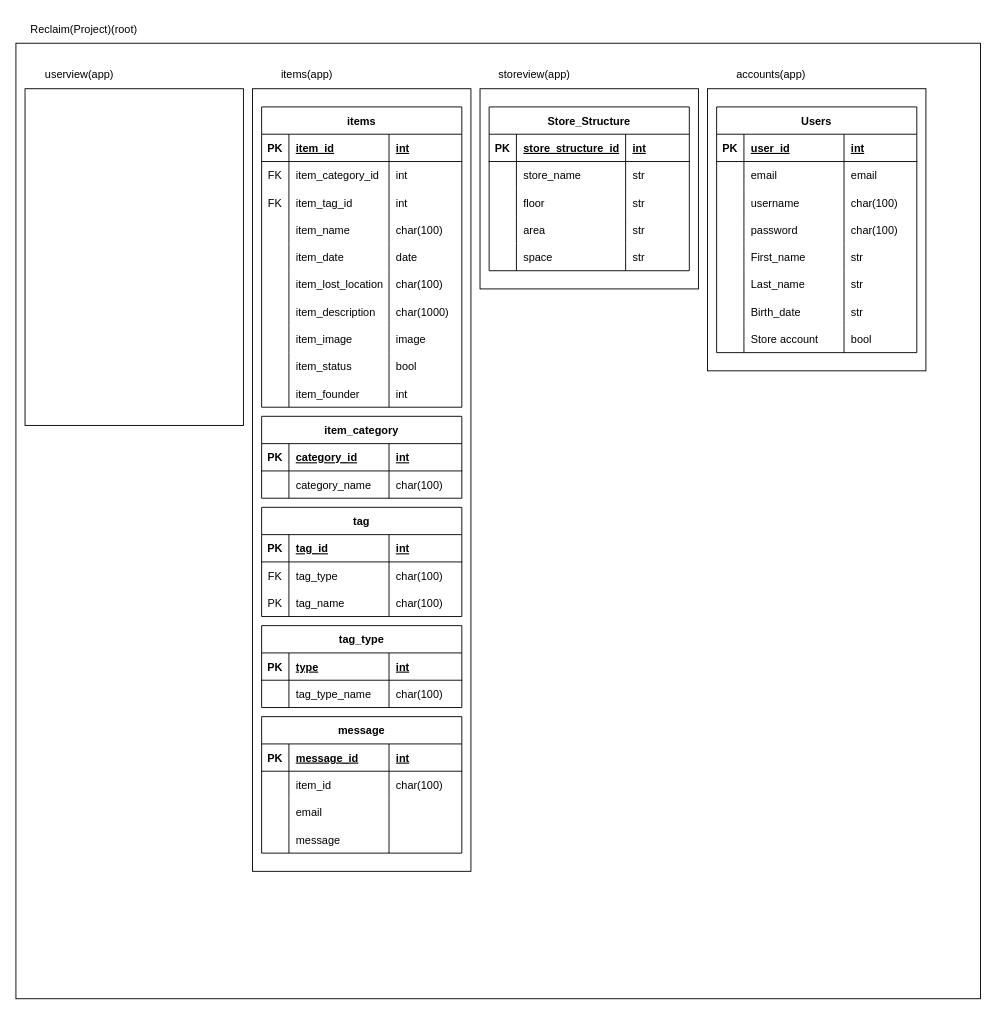
Above: ER.drawio in hirohiroto112607/ReClaim (draw.io), before the change. Source tidied: cells renumbered, new cells numbered last; positions are measured from the earlier drawing's top-left corner, leaving out a move shared by most shapes. Both pictures are drawn from the tidied source at 91%, with x=0, y=0 at pixel (15, 15).
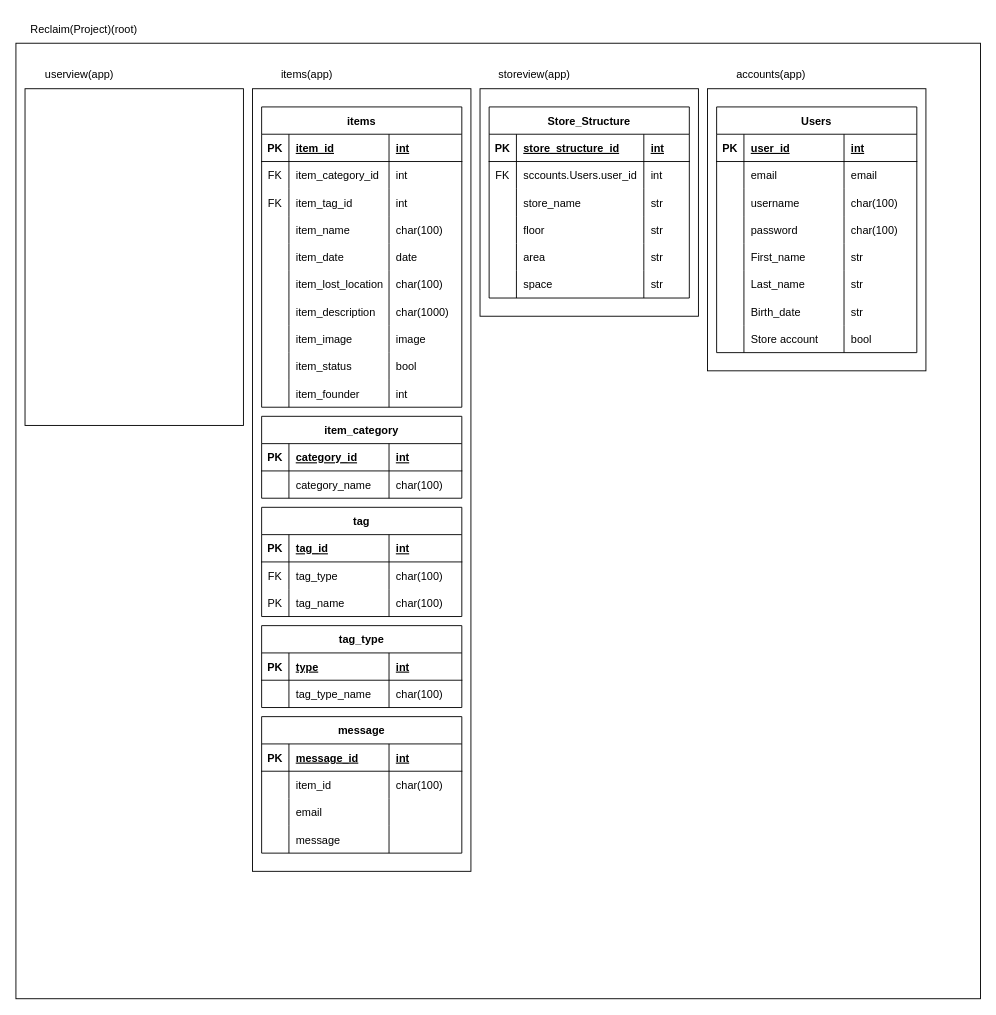
After the change.

The change refers to these unchanged cells:
```xml
<mxCell id="83" style="shape=tableRow;horizontal=0;startSize=0;swimlaneHead=0;swimlaneBody=0;fillColor=none;top=0;left=0;right=0;bottom=1;" parent="82" vertex="1">
  <mxGeometry y="30" width="220" height="30" as="geometry" />
</mxCell>
```

Change to the diagram source:
```diff
@@
     <mxCell id="8" style="rounded=0;whiteSpace=wrap;html=1;" parent="1" vertex="1">
-      <mxGeometry x="510" y="80" width="240" height="220" as="geometry" />
+      <mxGeometry x="510" y="80" width="240" height="250" as="geometry" />
     </mxCell>
@@
     <mxCell id="82" value="Store_Structure" style="shape=table;startSize=30;childLayout=tableLayout;rowLines=0;fontStyle=1;align=center;" parent="1" vertex="1">
-      <mxGeometry x="520" y="100" width="220" height="180" as="geometry" />
+      <mxGeometry x="520" y="100" width="220" height="210" as="geometry" />
     </mxCell>
@@
     <mxCell id="85" value="store_structure_id" style="shape=partialRectangle;fillColor=none;top=0;left=0;bottom=0;right=0;align=left;spacingLeft=6;fontStyle=5;overflow=hidden;" parent="83" vertex="1">
-      <mxGeometry x="30" width="120" height="30" as="geometry" />
+      <mxGeometry x="30" width="140" height="30" as="geometry" />
     </mxCell>
     <mxCell id="86" value="int" style="shape=partialRectangle;fillColor=none;top=0;left=0;bottom=0;right=0;align=left;spacingLeft=6;fontStyle=5;overflow=hidden;" parent="83" vertex="1">
-      <mxGeometry x="150" width="70" height="30" as="geometry" />
+      <mxGeometry x="170" width="50" height="30" as="geometry" />
     </mxCell>
+    <mxCell id="155" style="shape=tableRow;horizontal=0;startSize=0;swimlaneHead=0;swimlaneBody=0;fillColor=none;top=0;left=0;right=0;bottom=0;" parent="82" vertex="1">
+      <mxGeometry y="60" width="220" height="30" as="geometry" />
+    </mxCell>
+    <mxCell id="156" value="FK" style="shape=partialRectangle;fillColor=none;top=0;left=0;bottom=0;right=0;overflow=hidden;" parent="155" vertex="1">
+      <mxGeometry width="30" height="30" as="geometry" />
+    </mxCell>
+    <mxCell id="157" value="sccounts.Users.user_id" style="shape=partialRectangle;fillColor=none;top=0;left=0;bottom=0;right=0;align=left;spacingLeft=6;overflow=hidden;" parent="155" vertex="1">
+      <mxGeometry x="30" width="140" height="30" as="geometry" />
+    </mxCell>
+    <mxCell id="158" value="int" style="shape=partialRectangle;fillColor=none;top=0;left=0;bottom=0;right=0;align=left;spacingLeft=6;overflow=hidden;" parent="155" vertex="1">
+      <mxGeometry x="170" width="50" height="30" as="geometry" />
+    </mxCell>
     <mxCell id="87" style="shape=tableRow;horizontal=0;startSize=0;swimlaneHead=0;swimlaneBody=0;fillColor=none;top=0;left=0;right=0;bottom=0;" parent="82" vertex="1">
-      <mxGeometry y="60" width="220" height="30" as="geometry" />
+      <mxGeometry y="90" width="220" height="30" as="geometry" />
     </mxCell>
@@
     <mxCell id="89" value="store_name" style="shape=partialRectangle;fillColor=none;top=0;left=0;bottom=0;right=0;align=left;spacingLeft=6;overflow=hidden;" parent="87" vertex="1">
-      <mxGeometry x="30" width="120" height="30" as="geometry" />
+      <mxGeometry x="30" width="140" height="30" as="geometry" />
     </mxCell>
     <mxCell id="90" value="str" style="shape=partialRectangle;fillColor=none;top=0;left=0;bottom=0;right=0;align=left;spacingLeft=6;overflow=hidden;" parent="87" vertex="1">
-      <mxGeometry x="150" width="70" height="30" as="geometry" />
+      <mxGeometry x="170" width="50" height="30" as="geometry" />
     </mxCell>
     <mxCell id="91" style="shape=tableRow;horizontal=0;startSize=0;swimlaneHead=0;swimlaneBody=0;fillColor=none;top=0;left=0;right=0;bottom=0;" parent="82" vertex="1">
-      <mxGeometry y="90" width="220" height="30" as="geometry" />
+      <mxGeometry y="120" width="220" height="30" as="geometry" />
     </mxCell>
@@
     <mxCell id="93" value="floor" style="shape=partialRectangle;fillColor=none;top=0;left=0;bottom=0;right=0;align=left;spacingLeft=6;overflow=hidden;" parent="91" vertex="1">
-      <mxGeometry x="30" width="120" height="30" as="geometry" />
+      <mxGeometry x="30" width="140" height="30" as="geometry" />
     </mxCell>
     <mxCell id="94" value="str" style="shape=partialRectangle;fillColor=none;top=0;left=0;bottom=0;right=0;align=left;spacingLeft=6;overflow=hidden;" parent="91" vertex="1">
-      <mxGeometry x="150" width="70" height="30" as="geometry" />
+      <mxGeometry x="170" width="50" height="30" as="geometry" />
     </mxCell>
     <mxCell id="95" style="shape=tableRow;horizontal=0;startSize=0;swimlaneHead=0;swimlaneBody=0;fillColor=none;top=0;left=0;right=0;bottom=0;" parent="82" vertex="1">
-      <mxGeometry y="120" width="220" height="30" as="geometry" />
+      <mxGeometry y="150" width="220" height="30" as="geometry" />
     </mxCell>
@@
     <mxCell id="97" value="area" style="shape=partialRectangle;fillColor=none;top=0;left=0;bottom=0;right=0;align=left;spacingLeft=6;overflow=hidden;" parent="95" vertex="1">
-      <mxGeometry x="30" width="120" height="30" as="geometry" />
+      <mxGeometry x="30" width="140" height="30" as="geometry" />
     </mxCell>
     <mxCell id="98" value="str" style="shape=partialRectangle;fillColor=none;top=0;left=0;bottom=0;right=0;align=left;spacingLeft=6;overflow=hidden;" parent="95" vertex="1">
-      <mxGeometry x="150" width="70" height="30" as="geometry" />
+      <mxGeometry x="170" width="50" height="30" as="geometry" />
     </mxCell>
     <mxCell id="99" style="shape=tableRow;horizontal=0;startSize=0;swimlaneHead=0;swimlaneBody=0;fillColor=none;top=0;left=0;right=0;bottom=0;" parent="82" vertex="1">
-      <mxGeometry y="150" width="220" height="30" as="geometry" />
+      <mxGeometry y="180" width="220" height="30" as="geometry" />
     </mxCell>
@@
     <mxCell id="101" value="space" style="shape=partialRectangle;fillColor=none;top=0;left=0;bottom=0;right=0;align=left;spacingLeft=6;overflow=hidden;" parent="99" vertex="1">
-      <mxGeometry x="30" width="120" height="30" as="geometry" />
+      <mxGeometry x="30" width="140" height="30" as="geometry" />
     </mxCell>
     <mxCell id="102" value="str" style="shape=partialRectangle;fillColor=none;top=0;left=0;bottom=0;right=0;align=left;spacingLeft=6;overflow=hidden;" parent="99" vertex="1">
-      <mxGeometry x="150" width="70" height="30" as="geometry" />
+      <mxGeometry x="170" width="50" height="30" as="geometry" />
     </mxCell>
```
